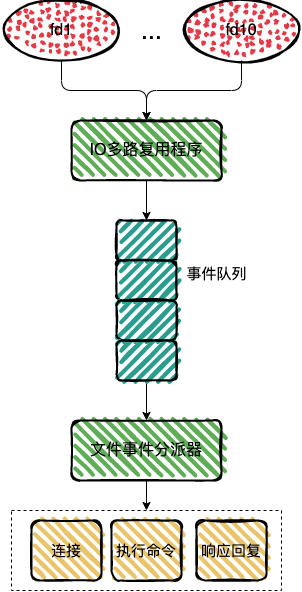
boilingfrog/Go-POINT keeps this draw.io diagram as img/redis-multiple.png. Above is the earlier version. Source tidied: cells renumbered, new cells last; positions are measured from the earlier drawing's top-left corner, leaving out a move shared by most shapes.
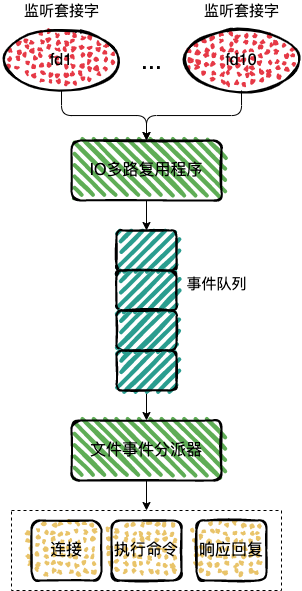
The same diagram one commit later.

Commit message:
feat:redis 的 IO 多路复用

Change to the diagram source:
```diff
@@ -2,26 +2,29 @@
   <root>
     <mxCell id="0" />
     <mxCell id="1" parent="0" />
+    <mxCell id="20" style="verticalLabelPosition=bottom;verticalAlign=top;html=1;shape=mxgraph.basic.rect;fillColor2=none;strokeWidth=1;size=20;indent=5;fillColor=none;dashed=1;" parent="1" vertex="1">
+      <mxGeometry x="10" y="500" width="270" height="80" as="geometry" />
+    </mxCell>
     <mxCell id="2" style="edgeStyle=orthogonalEdgeStyle;html=1;fontSize=25;" parent="1" edge="1" source="3" target="9">
       <mxGeometry relative="1" as="geometry" />
     </mxCell>
     <mxCell id="3" value="IO多路复用程序" style="rounded=1;whiteSpace=wrap;html=1;strokeWidth=2;fillWeight=4;hachureGap=8;hachureAngle=45;fillColor=#5FAD56;sketch=1;fontSize=16;" parent="1" vertex="1">
-      <mxGeometry x="70" y="120" width="150" height="60" as="geometry" />
+      <mxGeometry x="70" y="130" width="150" height="60" as="geometry" />
     </mxCell>
     <mxCell id="4" style="edgeStyle=orthogonalEdgeStyle;html=1;entryX=0.5;entryY=0;entryDx=0;entryDy=0;fontSize=25;" parent="1" edge="1" source="5" target="3">
       <mxGeometry relative="1" as="geometry" />
     </mxCell>
     <mxCell id="5" value="fd1" style="ellipse;whiteSpace=wrap;html=1;strokeWidth=2;fillWeight=2;hachureGap=8;fillColor=#E63946;fillStyle=dots;sketch=1;fontSize=16;" parent="1" vertex="1">
-      <mxGeometry width="120" height="60" as="geometry" />
+      <mxGeometry y="20" width="120" height="60" as="geometry" />
     </mxCell>
     <mxCell id="6" style="edgeStyle=orthogonalEdgeStyle;html=1;entryX=0.5;entryY=0;entryDx=0;entryDy=0;fontSize=25;" parent="1" edge="1" source="7" target="3">
       <mxGeometry relative="1" as="geometry" />
     </mxCell>
     <mxCell id="7" value="fd10" style="ellipse;whiteSpace=wrap;html=1;strokeWidth=2;fillWeight=2;hachureGap=8;fillColor=#E63946;fillStyle=dots;sketch=1;fontSize=16;" parent="1" vertex="1">
-      <mxGeometry x="180" width="120" height="60" as="geometry" />
+      <mxGeometry x="180" y="20" width="120" height="60" as="geometry" />
     </mxCell>
     <mxCell id="8" value="&lt;font style=&quot;font-size: 25px&quot;&gt;...&lt;/font&gt;" style="text;html=1;align=center;verticalAlign=middle;strokeColor=none;fillColor=none;fontSize=16;strokeWidth=2;" parent="1" vertex="1">
-      <mxGeometry x="130" y="15" width="40" height="30" as="geometry" />
+      <mxGeometry x="130" y="35" width="40" height="30" as="geometry" />
     </mxCell>
     <mxCell id="9" style="rounded=1;whiteSpace=wrap;html=1;strokeWidth=2;fillWeight=4;hachureGap=8;hachureAngle=45;sketch=1;fillColor=#2A9D8F;direction=south;" parent="1" vertex="1">
       <mxGeometry x="115" y="220" width="60" height="40" as="geometry" />
@@ -42,22 +45,25 @@
       <mxGeometry relative="1" as="geometry" />
     </mxCell>
     <mxCell id="15" value="文件事件分派器" style="rounded=1;whiteSpace=wrap;html=1;strokeWidth=2;fillWeight=4;hachureGap=8;hachureAngle=45;fillColor=#5FAD56;sketch=1;fontSize=16;" parent="1" vertex="1">
-      <mxGeometry x="70" y="420" width="150" height="60" as="geometry" />
+      <mxGeometry x="70" y="410" width="150" height="60" as="geometry" />
     </mxCell>
     <mxCell id="16" value="&lt;span style=&quot;font-size: 15px&quot;&gt;事件队列&lt;/span&gt;" style="text;html=1;align=center;verticalAlign=middle;strokeColor=none;fillColor=none;fontSize=25;" parent="1" vertex="1">
       <mxGeometry x="175" y="250" width="80" height="40" as="geometry" />
     </mxCell>
-    <mxCell id="17" value="连接" style="rounded=1;whiteSpace=wrap;html=1;strokeWidth=2;fillWeight=4;hachureGap=8;hachureAngle=45;fillColor=#E9C46A;sketch=1;fontSize=15;" parent="1" vertex="1">
-      <mxGeometry x="30" y="520" width="70" height="60" as="geometry" />
+    <mxCell id="17" value="连接" style="rounded=1;whiteSpace=wrap;html=1;strokeWidth=2;fillWeight=2;hachureGap=8;hachureAngle=45;fillColor=#E9C46A;sketch=1;fontSize=16;fillStyle=dots;" parent="1" vertex="1">
+      <mxGeometry x="30" y="510" width="70" height="60" as="geometry" />
     </mxCell>
-    <mxCell id="18" value="执行命令" style="rounded=1;whiteSpace=wrap;html=1;strokeWidth=2;fillWeight=4;hachureGap=8;hachureAngle=45;fillColor=#E9C46A;sketch=1;fontSize=15;" parent="1" vertex="1">
-      <mxGeometry x="110" y="520" width="70" height="60" as="geometry" />
+    <mxCell id="18" value="执行命令" style="rounded=1;whiteSpace=wrap;html=1;strokeWidth=2;fillWeight=2;hachureGap=8;hachureAngle=45;fillColor=#E9C46A;sketch=1;fontSize=16;fillStyle=dots;" parent="1" vertex="1">
+      <mxGeometry x="110" y="510" width="70" height="60" as="geometry" />
     </mxCell>
-    <mxCell id="19" value="响应回复" style="rounded=1;whiteSpace=wrap;html=1;strokeWidth=2;fillWeight=4;hachureGap=8;hachureAngle=45;fillColor=#E9C46A;sketch=1;fontSize=15;" parent="1" vertex="1">
-      <mxGeometry x="195" y="520" width="70" height="60" as="geometry" />
+    <mxCell id="19" value="响应回复" style="rounded=1;whiteSpace=wrap;html=1;strokeWidth=2;fillWeight=2;hachureGap=8;hachureAngle=45;fillColor=#E9C46A;sketch=1;fontSize=16;fillStyle=dots;" parent="1" vertex="1">
+      <mxGeometry x="195" y="510" width="70" height="60" as="geometry" />
     </mxCell>
-    <mxCell id="20" style="verticalLabelPosition=bottom;verticalAlign=top;html=1;shape=mxgraph.basic.rect;fillColor2=none;strokeWidth=1;size=20;indent=5;fillColor=none;dashed=1;" parent="1" vertex="1">
-      <mxGeometry x="10" y="510" width="270" height="80" as="geometry" />
-    </mxCell>
+    <mxCell id="21" value="监听套接字" style="text;html=1;align=center;verticalAlign=middle;strokeColor=none;fillColor=none;fontSize=15;" parent="1" vertex="1">
+      <mxGeometry x="15" y="-10" width="90" height="20" as="geometry" />
+    </mxCell>
+    <mxCell id="22" value="监听套接字" style="text;html=1;align=center;verticalAlign=middle;strokeColor=none;fillColor=none;fontSize=15;" parent="1" vertex="1">
+      <mxGeometry x="195" y="-10" width="90" height="20" as="geometry" />
+    </mxCell>
   </root>
 </mxGraphModel>
```
